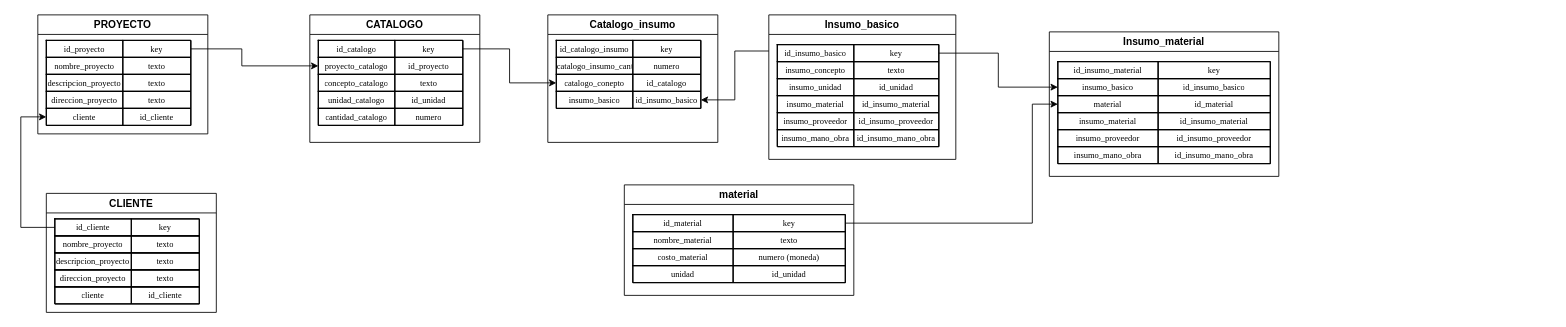
The draw.io diagram Base_datos.drawio in joserra71/AdmonObra, before the edit. Source tidied: cells renumbered, new cells numbered last; positions are measured from the earlier drawing's top-left corner, leaving out a move shared by most shapes. Both pictures are drawn from the tidied source at 85%, with x=0, y=0 at pixel (20, 14).
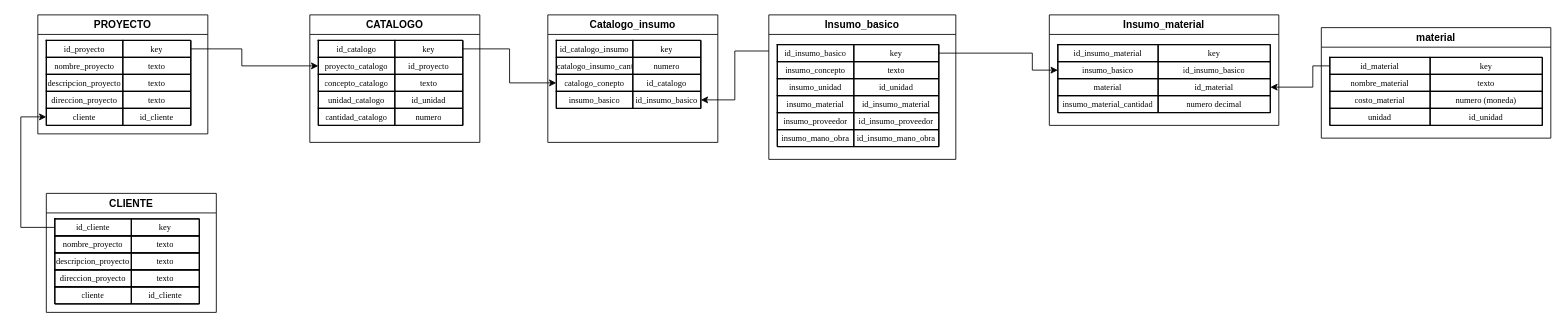
Above is the later version.

The change refers to these unchanged cells:
```xml
<mxCell id="73" style="shape=tableRow;horizontal=0;startSize=0;swimlaneHead=0;swimlaneBody=0;strokeColor=inherit;fillColor=none;points=[[0,0.5],[1,0.5]];portConstraint=eastwest;fixedHeader=1;" parent="72" vertex="1">
  <mxGeometry width="190" height="20" as="geometry" />
</mxCell>
<mxCell id="96" style="shape=tableRow;horizontal=0;startSize=0;swimlaneHead=0;swimlaneBody=0;strokeColor=inherit;fillColor=none;points=[[0,0.5],[1,0.5]];portConstraint=eastwest;fixedHeader=1;" parent="92" vertex="1">
  <mxGeometry y="20" width="250" height="20" as="geometry" />
</mxCell>
<mxCell id="99" style="shape=tableRow;horizontal=0;startSize=0;swimlaneHead=0;swimlaneBody=0;strokeColor=inherit;fillColor=none;points=[[0,0.5],[1,0.5]];portConstraint=eastwest;fixedHeader=1;" parent="92" vertex="1">
  <mxGeometry y="40" width="250" height="20" as="geometry" />
</mxCell>
<mxCell id="102" style="shape=tableRow;horizontal=0;startSize=0;swimlaneHead=0;swimlaneBody=0;strokeColor=inherit;fillColor=none;fixedHeader=1;" parent="92" vertex="1">
  <mxGeometry y="60" width="250" height="20" as="geometry" />
</mxCell>
<mxCell id="113" style="shape=tableRow;horizontal=0;startSize=0;swimlaneHead=0;swimlaneBody=0;strokeColor=inherit;fillColor=none;points=[[0,0.5],[1,0.5]];portConstraint=eastwest;fixedHeader=1;" parent="112" vertex="1">
  <mxGeometry width="250" height="20" as="geometry" />
</mxCell>
```

What changed in the source:
```diff
@@
     <mxCell id="91" value="Insumo_material" style="swimlane;whiteSpace=wrap;html=1;" parent="1" vertex="1">
-      <mxGeometry x="1210" y="20" width="270" height="170" as="geometry" />
+      <mxGeometry x="1210" width="270" height="130" as="geometry" />
     </mxCell>
     <mxCell id="92" style="shape=table;startSize=0;childLayout=tableLayout;fixedHeader=1;tableRender=collapsed;" parent="91" vertex="1">
-      <mxGeometry x="10" y="35" width="250" height="120" as="geometry" />
+      <mxGeometry x="10" y="35" width="250" height="80" as="geometry" />
     </mxCell>
@@
-    <mxCell id="103" value="insumo_material" style="shape=partialRectangle;html=1;whiteSpace=wrap;strokeColor=inherit;overflow=hidden;fillColor=none;fontFamily=Garamond;fontSize=10;" parent="102" vertex="1">
+    <mxCell id="103" value="insumo_material_cantidad" style="shape=partialRectangle;html=1;whiteSpace=wrap;strokeColor=inherit;overflow=hidden;fillColor=none;fontFamily=Garamond;fontSize=10;" parent="102" vertex="1">
       <mxGeometry width="118" height="20" as="geometry" />
     </mxCell>
-    <mxCell id="104" value="id_insumo_material" style="shape=partialRectangle;html=1;whiteSpace=wrap;strokeColor=inherit;overflow=hidden;fillColor=none;fontFamily=Garamond;fontSize=10;" parent="102" vertex="1">
+    <mxCell id="104" value="numero decimal" style="shape=partialRectangle;html=1;whiteSpace=wrap;strokeColor=inherit;overflow=hidden;fillColor=none;fontFamily=Garamond;fontSize=10;" parent="102" vertex="1">
       <mxGeometry x="118" width="132" height="20" as="geometry" />
     </mxCell>
-    <mxCell id="105" style="shape=tableRow;horizontal=0;startSize=0;swimlaneHead=0;swimlaneBody=0;strokeColor=inherit;fillColor=none;fixedHeader=1;" parent="92" vertex="1">
-      <mxGeometry y="80" width="250" height="20" as="geometry" />
-    </mxCell>
-    <mxCell id="106" value="insumo_proveedor" style="shape=partialRectangle;html=1;whiteSpace=wrap;strokeColor=inherit;overflow=hidden;fillColor=none;fontFamily=Garamond;fontSize=10;" parent="105" vertex="1">
-      <mxGeometry width="118" height="20" as="geometry" />
-    </mxCell>
-    <mxCell id="107" value="id_insumo_proveedor" style="shape=partialRectangle;html=1;whiteSpace=wrap;strokeColor=inherit;overflow=hidden;fillColor=none;fontFamily=Garamond;fontSize=10;" parent="105" vertex="1">
-      <mxGeometry x="118" width="132" height="20" as="geometry" />
-    </mxCell>
-    <mxCell id="108" style="shape=tableRow;horizontal=0;startSize=0;swimlaneHead=0;swimlaneBody=0;strokeColor=inherit;fillColor=none;fixedHeader=1;" parent="92" vertex="1">
-      <mxGeometry y="100" width="250" height="20" as="geometry" />
-    </mxCell>
-    <mxCell id="109" value="insumo_mano_obra" style="shape=partialRectangle;html=1;whiteSpace=wrap;strokeColor=inherit;overflow=hidden;fillColor=none;fontFamily=Garamond;fontSize=10;" parent="108" vertex="1">
-      <mxGeometry width="118" height="20" as="geometry" />
-    </mxCell>
-    <mxCell id="110" value="id_insumo_mano_obra" style="shape=partialRectangle;html=1;whiteSpace=wrap;strokeColor=inherit;overflow=hidden;fillColor=none;fontFamily=Garamond;fontSize=10;" parent="108" vertex="1">
-      <mxGeometry x="118" width="132" height="20" as="geometry" />
-    </mxCell>
     <mxCell id="111" value="material" style="swimlane;whiteSpace=wrap;html=1;" parent="1" vertex="1">
-      <mxGeometry x="710" y="200" width="270" height="130" as="geometry" />
+      <mxGeometry x="1530" y="15" width="270" height="130" as="geometry" />
     </mxCell>
@@
-    <mxCell id="125" style="edgeStyle=orthogonalEdgeStyle;rounded=0;jettySize=auto;html=1;exitX=1;exitY=0.5;exitDx=0;exitDy=0;entryX=0;entryY=0.5;entryDx=0;entryDy=0;defaultLabelBackgroundColor=page;" parent="1" edge="1" source="113" target="99">
-      <mxGeometry x="0.05" relative="1" as="geometry">
+    <mxCell id="125" style="edgeStyle=orthogonalEdgeStyle;rounded=0;jettySize=auto;html=1;exitX=0;exitY=0.5;exitDx=0;exitDy=0;entryX=1;entryY=0.5;entryDx=0;entryDy=0;defaultLabelBackgroundColor=page;" parent="1" edge="1" source="113" target="99">
+      <mxGeometry x="0.04" relative="1" as="geometry">
         <Array as="points">
-          <mxPoint x="1190" y="245" />
-          <mxPoint x="1190" y="105" />
+          <mxPoint x="1520" y="60" />
+          <mxPoint x="1520" y="85" />
         </Array>
       </mxGeometry>
     </mxCell>
     <mxCell id="126" style="edgeStyle=orthogonalEdgeStyle;rounded=0;jettySize=auto;html=1;exitX=1;exitY=0.5;exitDx=0;exitDy=0;entryX=0;entryY=0.5;entryDx=0;entryDy=0;defaultLabelBackgroundColor=page;" parent="1" edge="1" source="73" target="96">
-      <mxGeometry relative="1" as="geometry" />
+      <mxGeometry relative="1" as="geometry">
+        <Array as="points">
+          <mxPoint x="1190" y="45" />
+          <mxPoint x="1190" y="65" />
+        </Array>
+      </mxGeometry>
     </mxCell>
```
